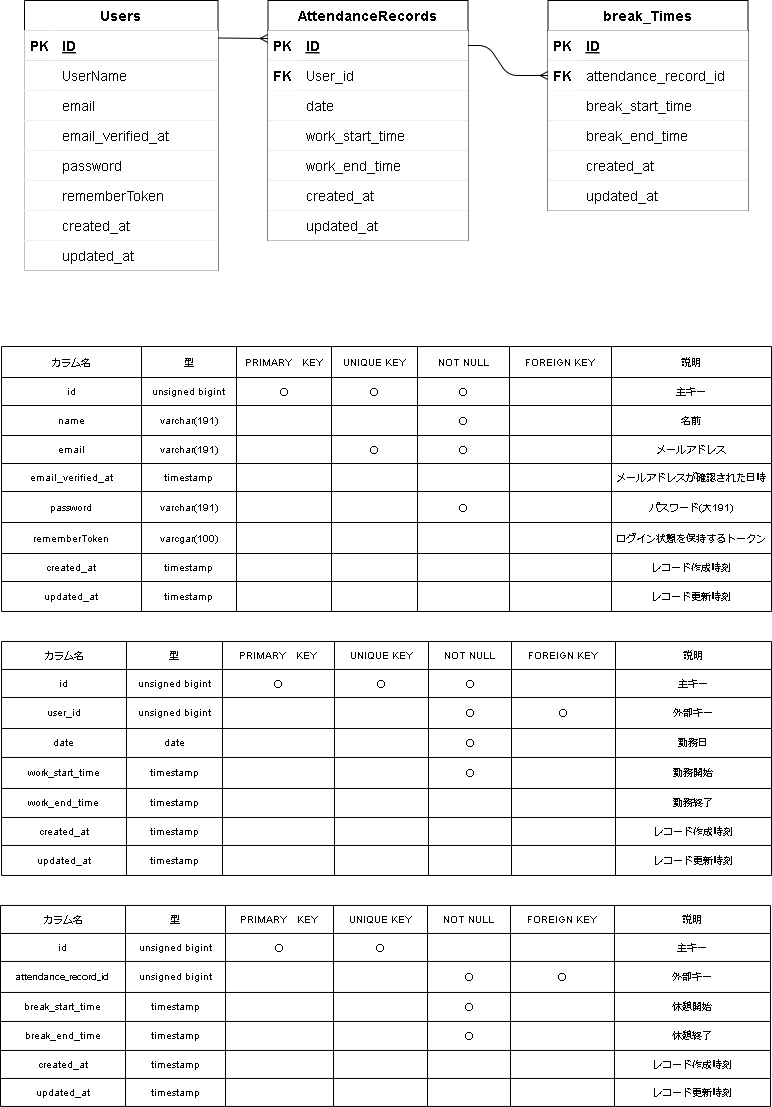
Above: atte.drawio.png in ponponmama/20240625-erika_hara-atte (draw.io), before the change. Source tidied: cells renumbered, new cells last; positions are measured from the earlier drawing's top-left corner, leaving out a move shared by most shapes.
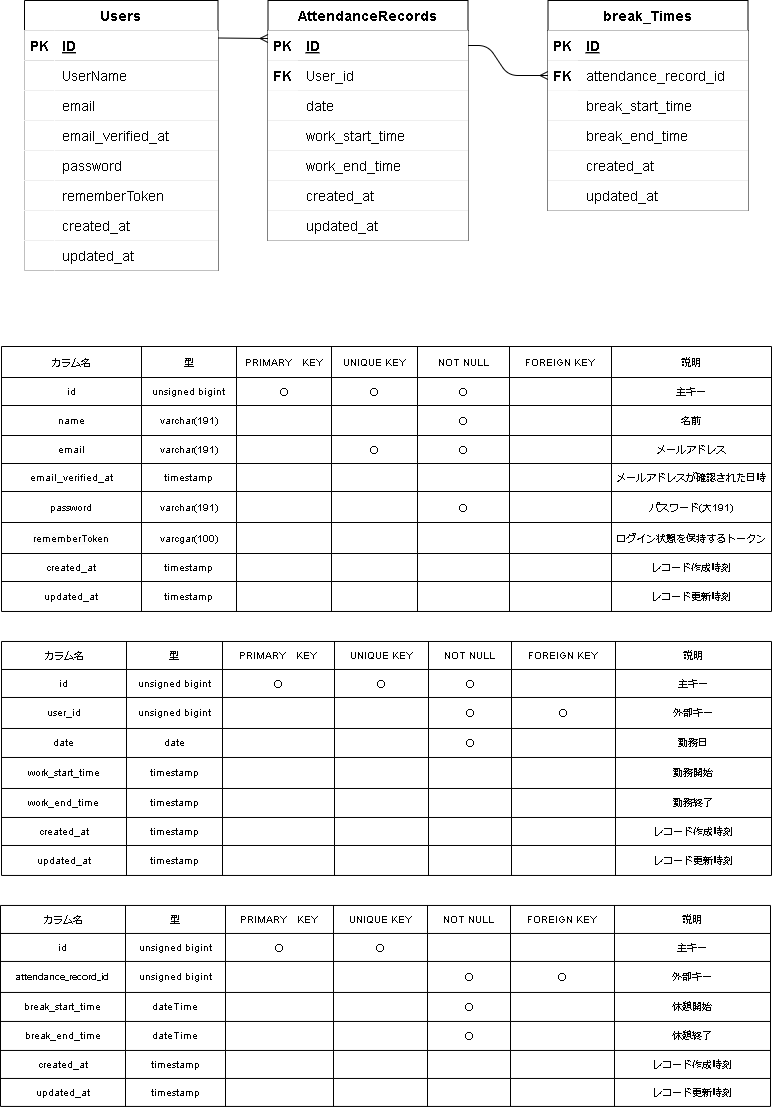
After the change.

The edit, as a diff of the source:
```diff
@@ -552,7 +552,7 @@
     <mxCell id="182" style="shape=partialRectangle;html=1;whiteSpace=wrap;fillColor=none;top=0;left=0;bottom=0;right=0;overflow=hidden;fontSize=10;" parent="178" vertex="1">
       <mxGeometry x="333" width="94" height="31" as="geometry" />
     </mxCell>
-    <mxCell id="183" value="〇" style="shape=partialRectangle;html=1;whiteSpace=wrap;fillColor=none;top=0;left=0;bottom=0;right=0;overflow=hidden;fontSize=10;" parent="178" vertex="1">
+    <mxCell id="183" style="shape=partialRectangle;html=1;whiteSpace=wrap;fillColor=none;top=0;left=0;bottom=0;right=0;overflow=hidden;fontSize=10;" parent="178" vertex="1">
       <mxGeometry x="427" width="83" height="31" as="geometry" />
     </mxCell>
     <mxCell id="184" style="shape=partialRectangle;html=1;whiteSpace=wrap;fillColor=none;top=0;left=0;bottom=0;right=0;overflow=hidden;fontSize=10;" parent="178" vertex="1">
@@ -717,7 +717,7 @@
     <mxCell id="237" value="&lt;span style=&quot;text-align: left; font-size: 10px;&quot;&gt;&lt;font style=&quot;font-size: 10px;&quot;&gt;break_start_time&lt;/font&gt;&lt;/span&gt;" style="shape=partialRectangle;html=1;whiteSpace=wrap;fillColor=none;top=0;left=0;bottom=0;right=0;overflow=hidden;fontSize=10;" parent="236" vertex="1">
       <mxGeometry width="125" height="29" as="geometry" />
     </mxCell>
-    <mxCell id="238" value="timestamp" style="shape=partialRectangle;html=1;whiteSpace=wrap;fillColor=none;top=0;left=0;bottom=0;right=0;overflow=hidden;fontSize=10;" parent="236" vertex="1">
+    <mxCell id="238" value="dateTime" style="shape=partialRectangle;html=1;whiteSpace=wrap;fillColor=none;top=0;left=0;bottom=0;right=0;overflow=hidden;fontSize=10;" parent="236" vertex="1">
       <mxGeometry x="125" width="100" height="29" as="geometry" />
     </mxCell>
     <mxCell id="239" style="shape=partialRectangle;html=1;whiteSpace=wrap;fillColor=none;top=0;left=0;bottom=0;right=0;overflow=hidden;fontSize=10;" parent="236" vertex="1">
@@ -741,7 +741,7 @@
     <mxCell id="245" value="&lt;span style=&quot;text-align: left; font-size: 10px;&quot;&gt;&lt;font style=&quot;font-size: 10px;&quot;&gt;break_end_time&lt;/font&gt;&lt;/span&gt;" style="shape=partialRectangle;html=1;whiteSpace=wrap;fillColor=none;top=0;left=0;bottom=0;right=0;overflow=hidden;fontSize=10;" parent="244" vertex="1">
       <mxGeometry width="125" height="29" as="geometry" />
     </mxCell>
-    <mxCell id="246" value="timestamp" style="shape=partialRectangle;html=1;whiteSpace=wrap;fillColor=none;top=0;left=0;bottom=0;right=0;overflow=hidden;fontSize=10;" parent="244" vertex="1">
+    <mxCell id="246" value="&lt;span style=&quot;color: rgb(0, 0, 0);&quot;&gt;dateTime&lt;/span&gt;" style="shape=partialRectangle;html=1;whiteSpace=wrap;fillColor=none;top=0;left=0;bottom=0;right=0;overflow=hidden;fontSize=10;" parent="244" vertex="1">
       <mxGeometry x="125" width="100" height="29" as="geometry" />
     </mxCell>
     <mxCell id="247" style="shape=partialRectangle;html=1;whiteSpace=wrap;fillColor=none;top=0;left=0;bottom=0;right=0;overflow=hidden;fontSize=10;" parent="244" vertex="1">
```
